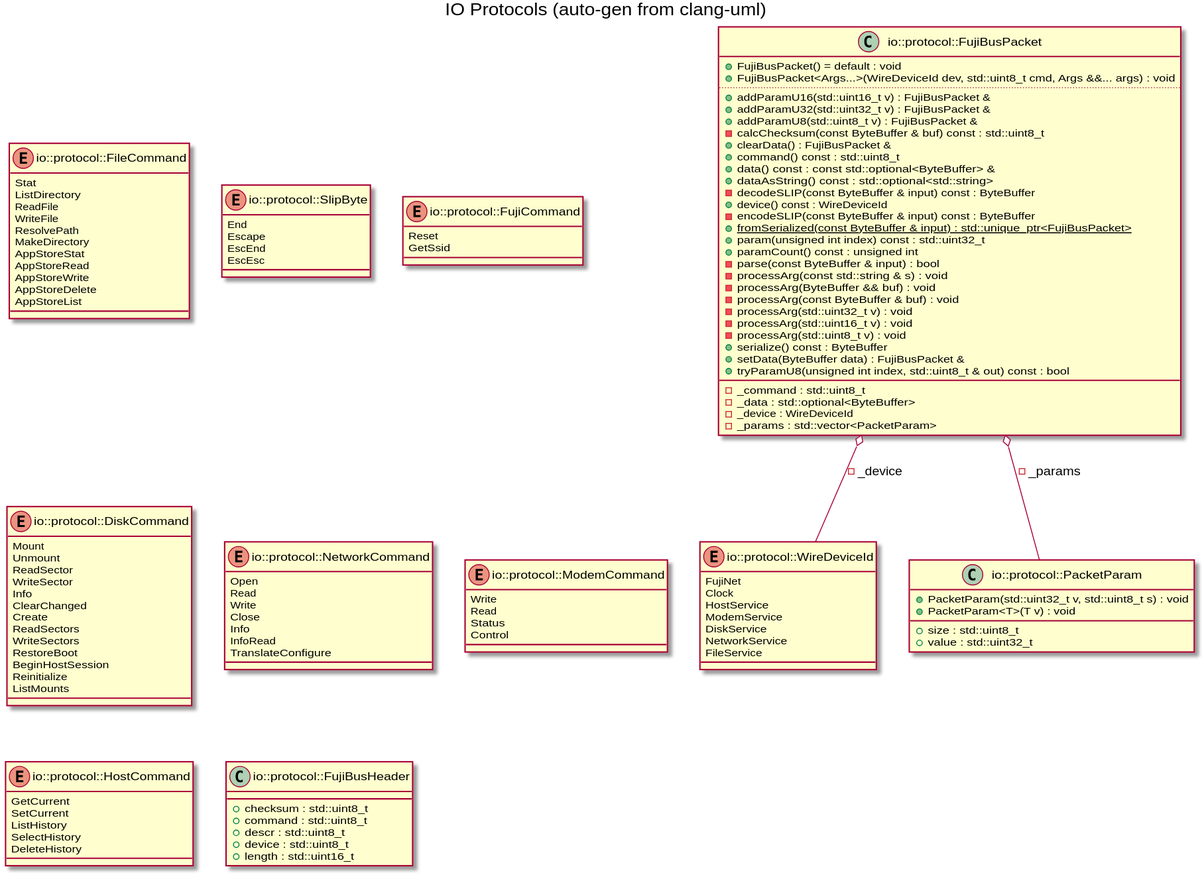
Before: docs/images/gen_io_protocol.svg, a diagram exported from PlantUML (markjfisher/fujinet-nio).
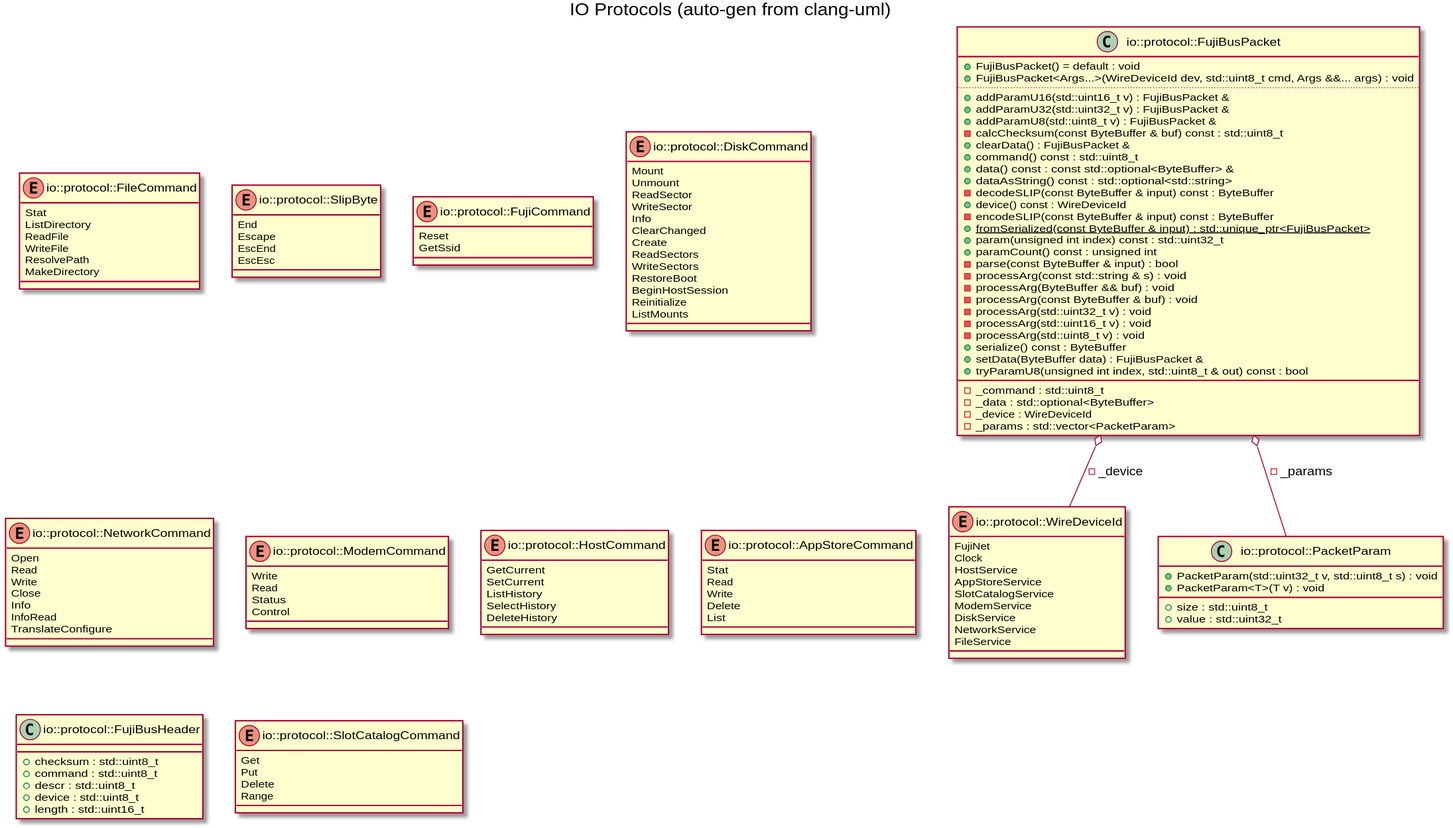
Later version of the same file.

Diff of the diagram source:
```diff
@@ -5,6 +5,8 @@
 FujiNet
 Clock
 HostService
+AppStoreService
+SlotCatalogService
 ModemService
 DiskService
 NetworkService
@@ -18,11 +20,6 @@
 WriteFile
 ResolvePath
 MakeDirectory
-AppStoreStat
-AppStoreRead
-AppStoreWrite
-AppStoreDelete
-AppStoreList
 }
 enum "io::protocol::SlipByte" as C_0010627602090167488081
 enum C_0010627602090167488081 {
@@ -120,6 +117,14 @@
 SelectHistory
 DeleteHistory
 }
+enum "io::protocol::AppStoreCommand" as C_0006374947442224284008
+enum C_0006374947442224284008 {
+Stat
+Read
+Write
+Delete
+List
+}
 class "io::protocol::FujiBusHeader" as C_0009954510640382192371
 class C_0009954510640382192371 {
 __
@@ -129,6 +134,13 @@
 +device : std::uint8_t
 +length : std::uint16_t
 }
+enum "io::protocol::SlotCatalogCommand" as C_0000459409847653698260
+enum C_0000459409847653698260 {
+Get
+Put
+Delete
+Range
+}
 C_0017232777488057089840 o-- C_0015225225004340369839 : -_device
 C_0017232777488057089840 o-- C_0003277087640557799971 : -_params
 
```
